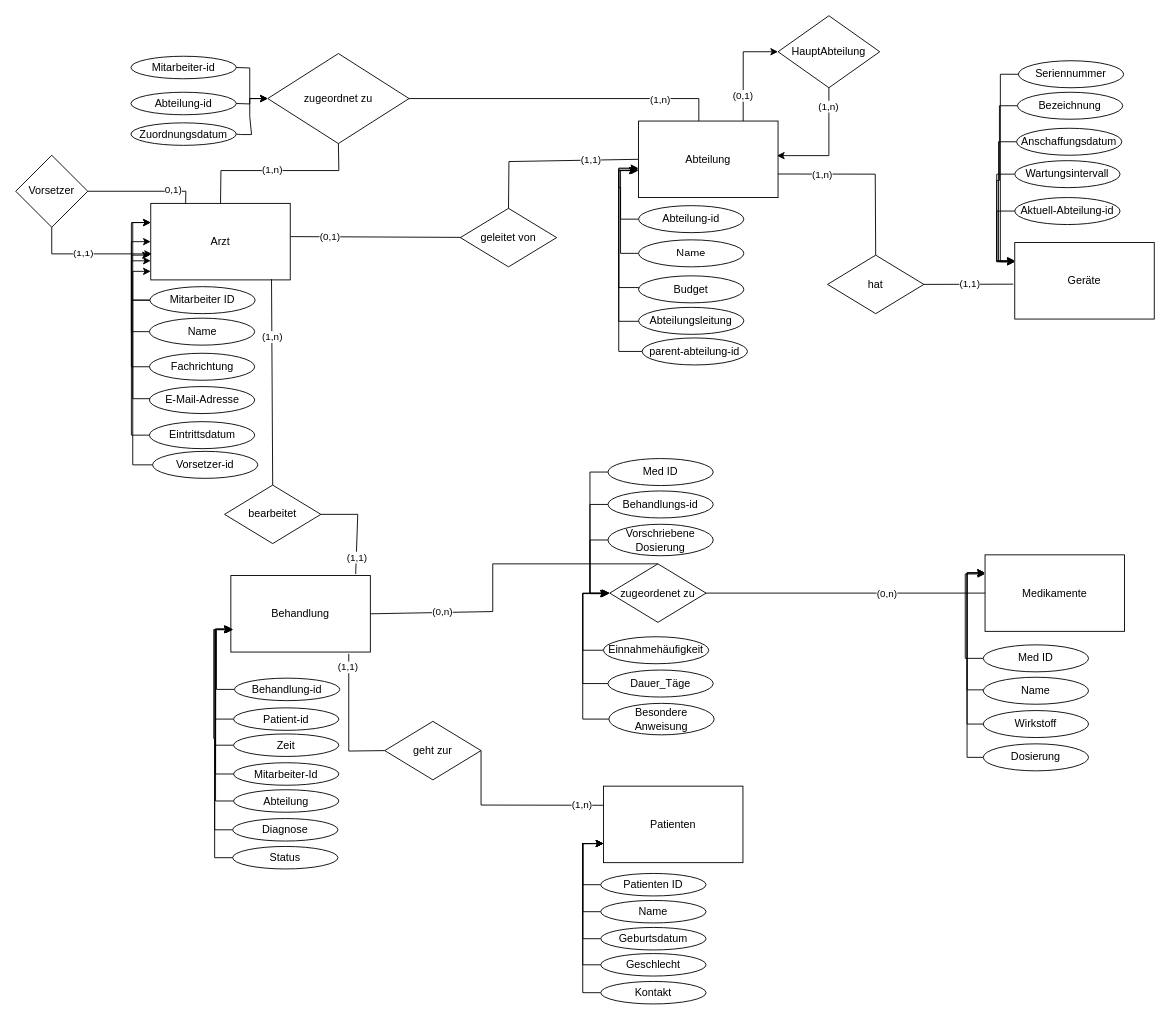
Above: aufgabe04/Aufgabe A.drawio in contraintuitiv/datenbanksysteme (draw.io), before the change. Source tidied: cells renumbered, new cells numbered last; positions are measured from the earlier drawing's top-left corner, leaving out a move shared by most shapes. Both pictures are drawn from the tidied source at 90%, with x=0, y=0 at pixel (15, 15).
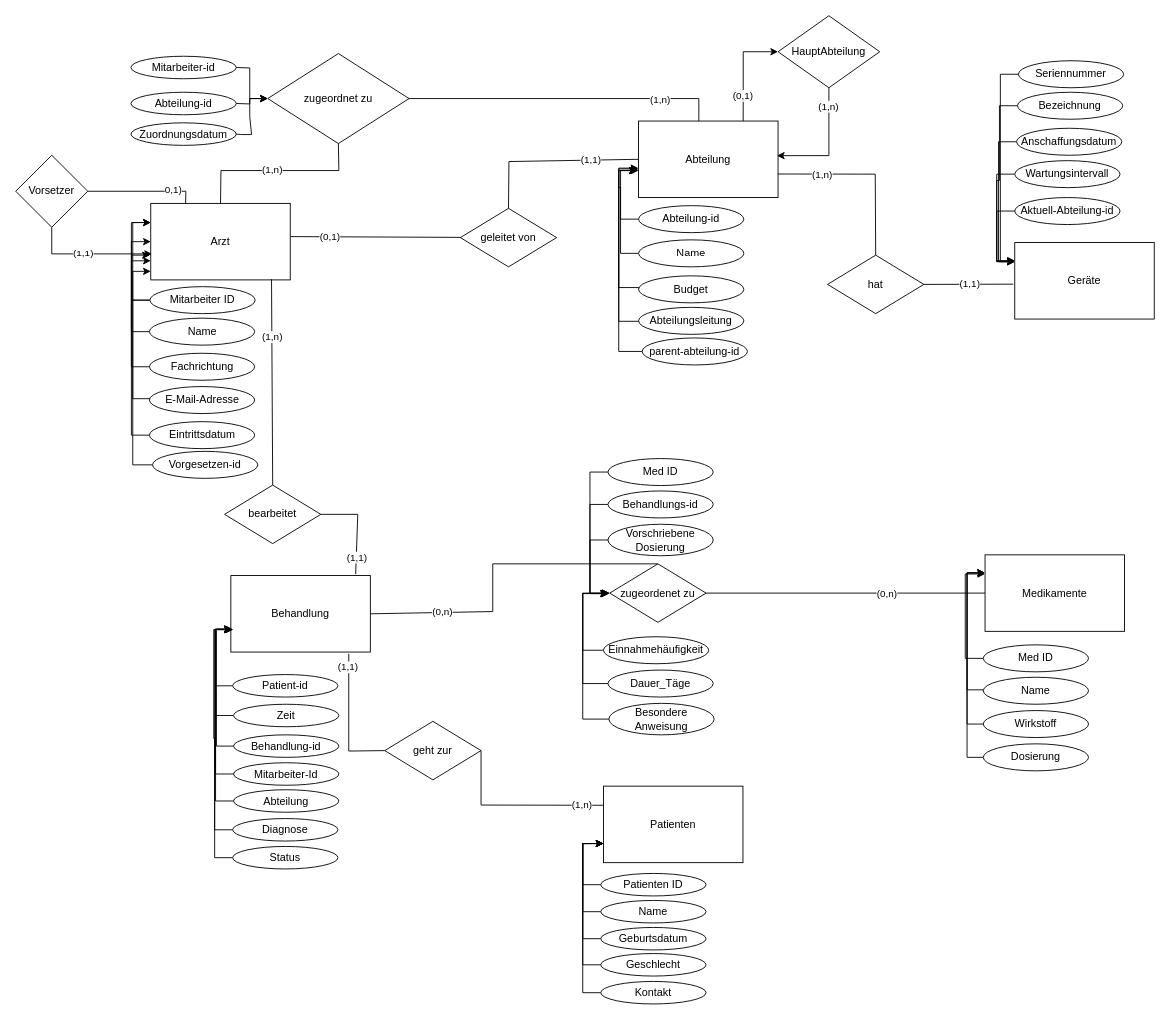
Above is the later version.

What changed in the source:
```diff
@@
     <mxCell id="24" style="edgeStyle=orthogonalEdgeStyle;rounded=0;jettySize=auto;html=1;exitX=0;exitY=0.5;exitDx=0;exitDy=0;" parent="1" edge="1" source="25">
       <mxGeometry relative="1" as="geometry">
         <mxPoint x="240" y="682" as="targetPoint" />
         <Array as="points">
-          <mxPoint x="222" y="811" />
+          <mxPoint x="222" y="778" />
           <mxPoint x="222" y="682" />
         </Array>
       </mxGeometry>
     </mxCell>
     <mxCell id="25" value="Zeit" style="ellipse;whiteSpace=wrap;html=1;" parent="1" vertex="1">
-      <mxGeometry x="242" y="798" width="117" height="25" as="geometry" />
+      <mxGeometry x="242" y="765" width="117" height="25" as="geometry" />
     </mxCell>
@@
     <mxCell id="60" style="edgeStyle=orthogonalEdgeStyle;rounded=0;jettySize=auto;html=1;exitX=0;exitY=0.5;exitDx=0;exitDy=0;" parent="1" edge="1" source="61">
       <mxGeometry relative="1" as="geometry">
         <mxPoint x="241.8" y="682" as="targetPoint" />
         <Array as="points">
-          <mxPoint x="222" y="782" />
+          <mxPoint x="222" y="744" />
           <mxPoint x="222" y="682" />
         </Array>
       </mxGeometry>
     </mxCell>
     <mxCell id="61" value="Patient-id" style="ellipse;whiteSpace=wrap;html=1;" parent="1" vertex="1">
-      <mxGeometry x="242" y="769" width="117" height="25" as="geometry" />
+      <mxGeometry x="241" y="732" width="117" height="25" as="geometry" />
     </mxCell>
@@
     <mxCell id="103" value="Behandlung-id" style="ellipse;whiteSpace=wrap;html=1;" parent="1" vertex="1">
-      <mxGeometry x="243" y="736" width="117" height="25" as="geometry" />
+      <mxGeometry x="242" y="799" width="117" height="25" as="geometry" />
     </mxCell>
@@
-    <mxCell id="124" value="Vorsetzer-id" style="ellipse;whiteSpace=wrap;html=1;" parent="1" vertex="1">
+    <mxCell id="124" value="Vorgesetzen-id" style="ellipse;whiteSpace=wrap;html=1;" parent="1" vertex="1">
       <mxGeometry x="152" y="484" width="117" height="30" as="geometry" />
     </mxCell>
```
